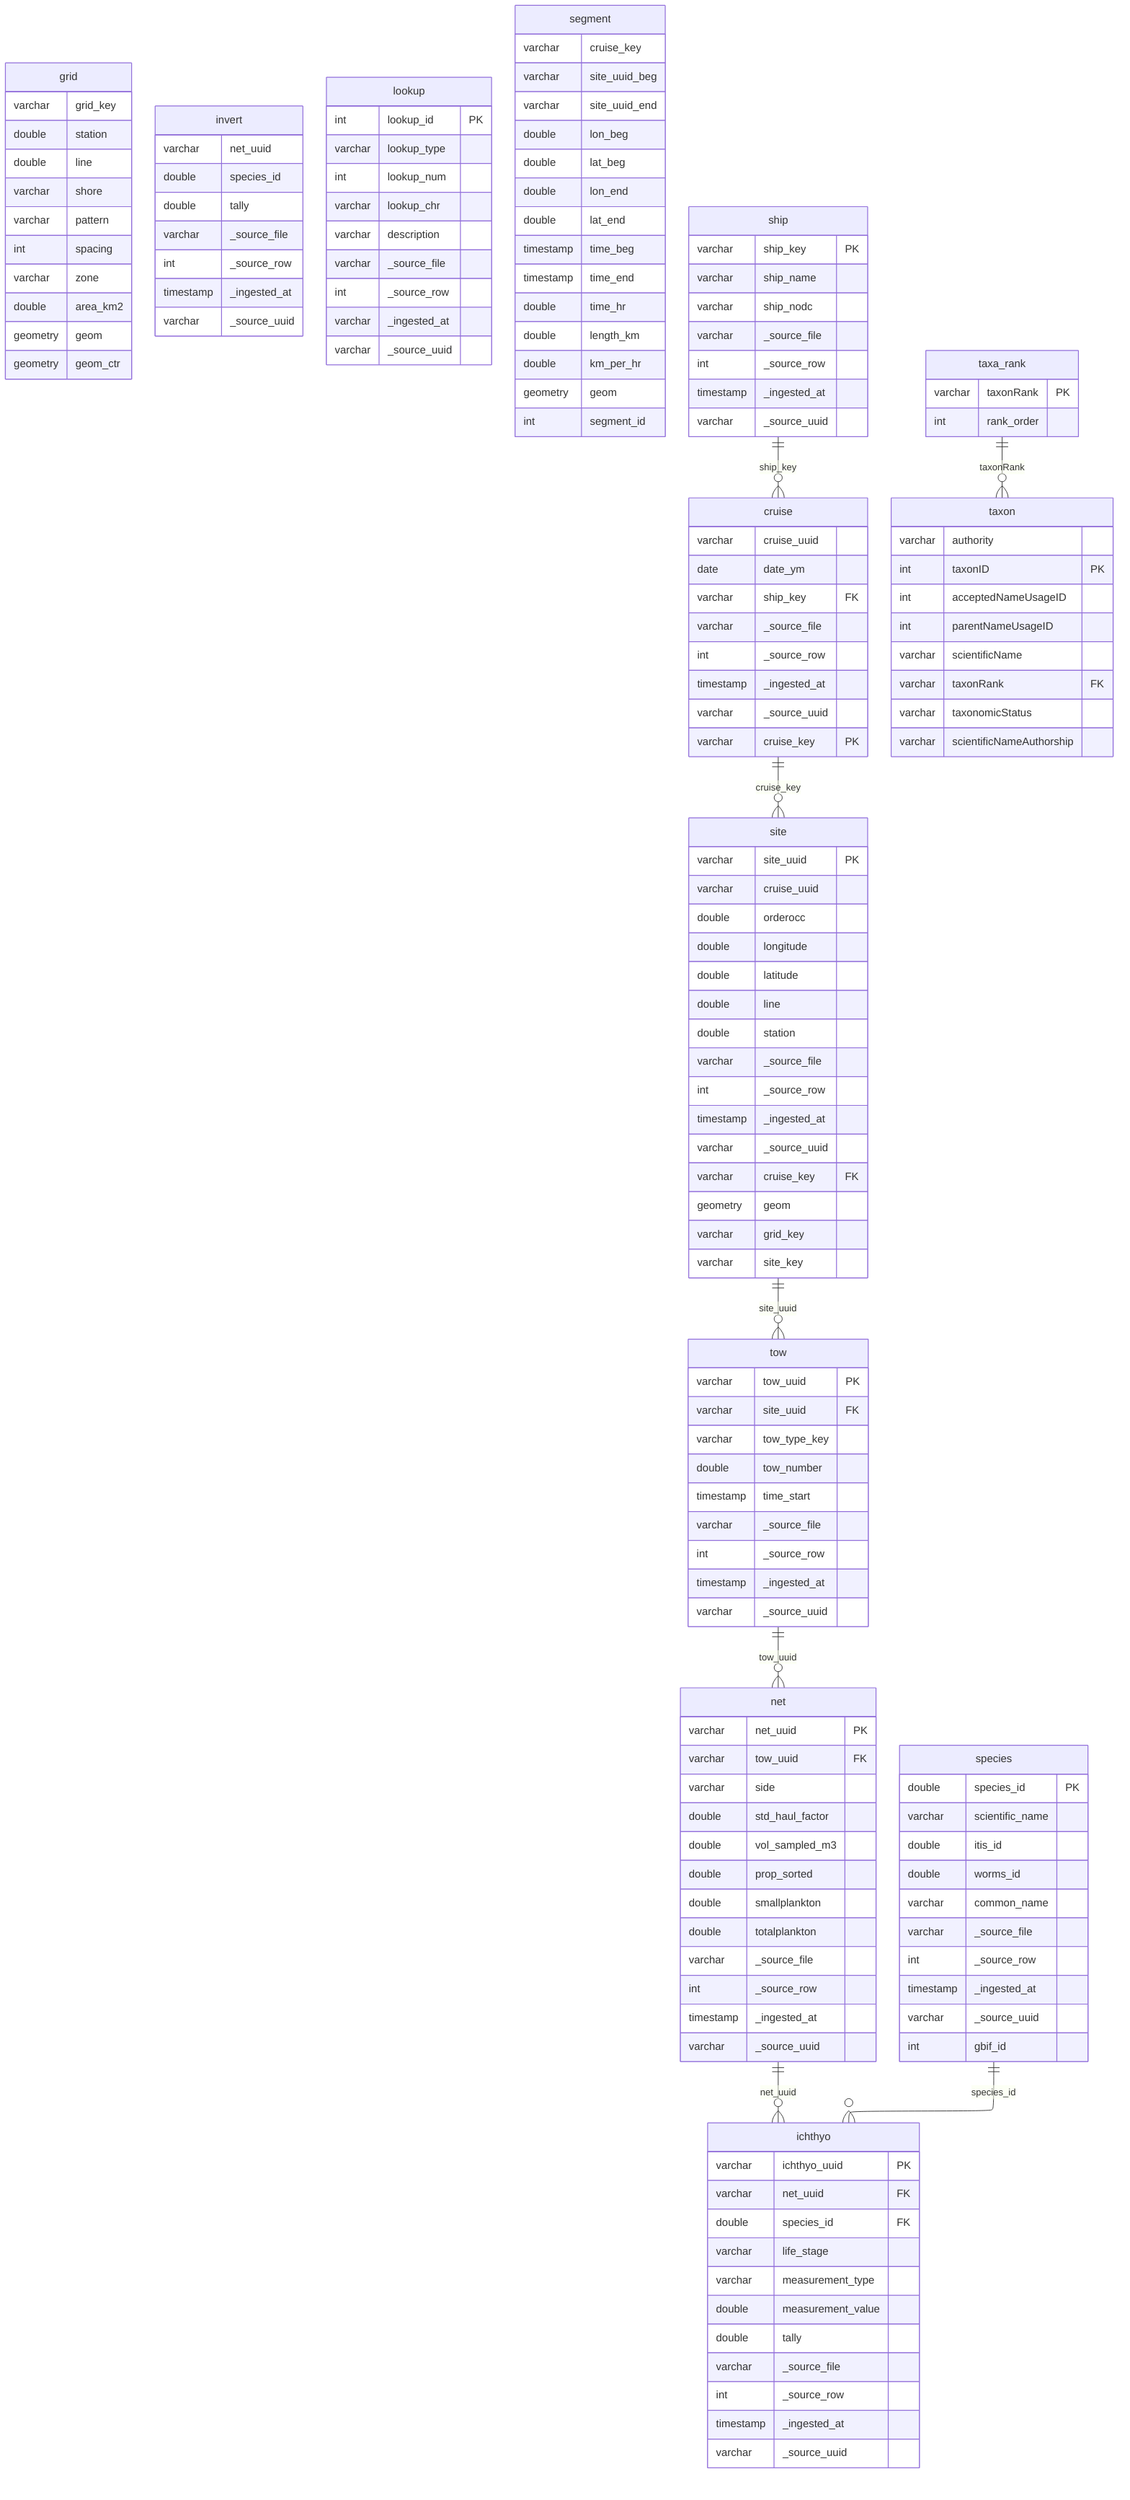
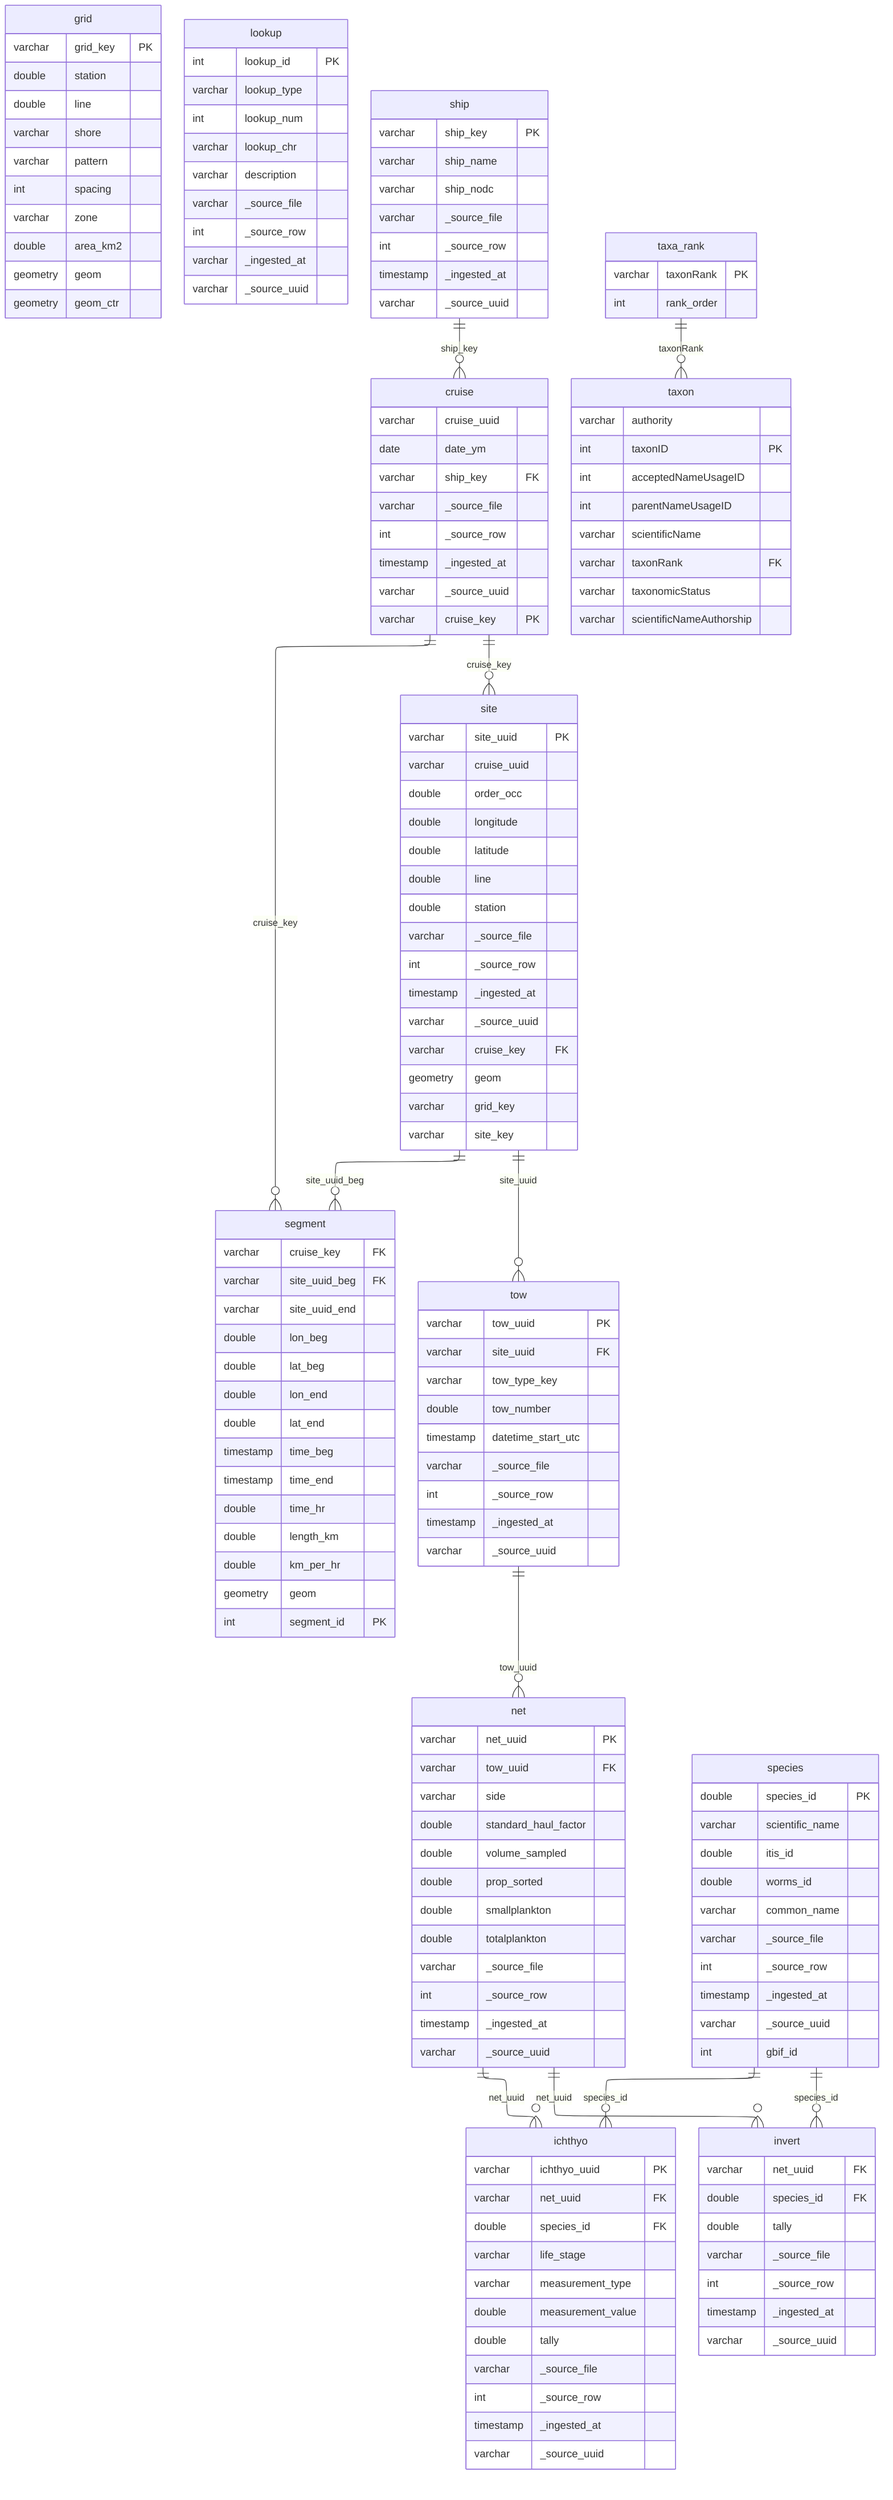
---
config:
  layout: elk
---
erDiagram
    cruise {
        varchar cruise_uuid
        date date_ym
        varchar ship_key FK
        varchar _source_file
        int _source_row
        timestamp _ingested_at
        varchar _source_uuid
        varchar cruise_key PK
    }
    grid {
-         varchar grid_key
+         varchar grid_key PK
        double station
        double line
        varchar shore
        varchar pattern
        int spacing
        varchar zone
        double area_km2
        geometry geom
        geometry geom_ctr
    }
    ichthyo {
        varchar ichthyo_uuid PK
        varchar net_uuid FK
        double species_id FK
        varchar life_stage
        varchar measurement_type
        double measurement_value
        double tally
        varchar _source_file
        int _source_row
        timestamp _ingested_at
        varchar _source_uuid
    }
    invert {
-         varchar net_uuid
-         double species_id
+         varchar net_uuid FK
+         double species_id FK
        double tally
        varchar _source_file
        int _source_row
        timestamp _ingested_at
        varchar _source_uuid
    }
    lookup {
        int lookup_id PK
        varchar lookup_type
        int lookup_num
        varchar lookup_chr
        varchar description
        varchar _source_file
        int _source_row
        varchar _ingested_at
        varchar _source_uuid
    }
    net {
        varchar net_uuid PK
        varchar tow_uuid FK
        varchar side
-         double std_haul_factor
-         double vol_sampled_m3
+         double standard_haul_factor
+         double volume_sampled
        double prop_sorted
        double smallplankton
        double totalplankton
        varchar _source_file
        int _source_row
        timestamp _ingested_at
        varchar _source_uuid
    }
    segment {
-         varchar cruise_key
-         varchar site_uuid_beg
+         varchar cruise_key FK
+         varchar site_uuid_beg FK
        varchar site_uuid_end
        double lon_beg
        double lat_beg
        double lon_end
        double lat_end
        timestamp time_beg
        timestamp time_end
        double time_hr
        double length_km
        double km_per_hr
        geometry geom
-         int segment_id
+         int segment_id PK
    }
    ship {
        varchar ship_key PK
        varchar ship_name
        varchar ship_nodc
        varchar _source_file
        int _source_row
        timestamp _ingested_at
        varchar _source_uuid
    }
    site {
        varchar site_uuid PK
        varchar cruise_uuid
-         double orderocc
+         double order_occ
        double longitude
        double latitude
        double line
        double station
        varchar _source_file
        int _source_row
        timestamp _ingested_at
        varchar _source_uuid
        varchar cruise_key FK
        geometry geom
        varchar grid_key
        varchar site_key
    }
    species {
        double species_id PK
        varchar scientific_name
        double itis_id
        double worms_id
        varchar common_name
        varchar _source_file
        int _source_row
        timestamp _ingested_at
        varchar _source_uuid
        int gbif_id
    }
    taxa_rank {
        varchar taxonRank PK
        int rank_order
    }
    taxon {
        varchar authority
        int taxonID PK
        int acceptedNameUsageID
        int parentNameUsageID
        varchar scientificName
        varchar taxonRank FK
        varchar taxonomicStatus
        varchar scientificNameAuthorship
    }
    tow {
        varchar tow_uuid PK
        varchar site_uuid FK
        varchar tow_type_key
        double tow_number
-         timestamp time_start
+         timestamp datetime_start_utc
        varchar _source_file
        int _source_row
        timestamp _ingested_at
        varchar _source_uuid
    }
    net ||--o{ ichthyo : "net_uuid"
    species ||--o{ ichthyo : "species_id"
    tow ||--o{ net : "tow_uuid"
    site ||--o{ tow : "site_uuid"
    cruise ||--o{ site : "cruise_key"
    ship ||--o{ cruise : "ship_key"
    taxa_rank ||--o{ taxon : "taxonRank"
+     cruise ||--o{ segment : "cruise_key"
+     site ||--o{ segment : "site_uuid_beg"
+     net ||--o{ invert : "net_uuid"
+     species ||--o{ invert : "species_id"
